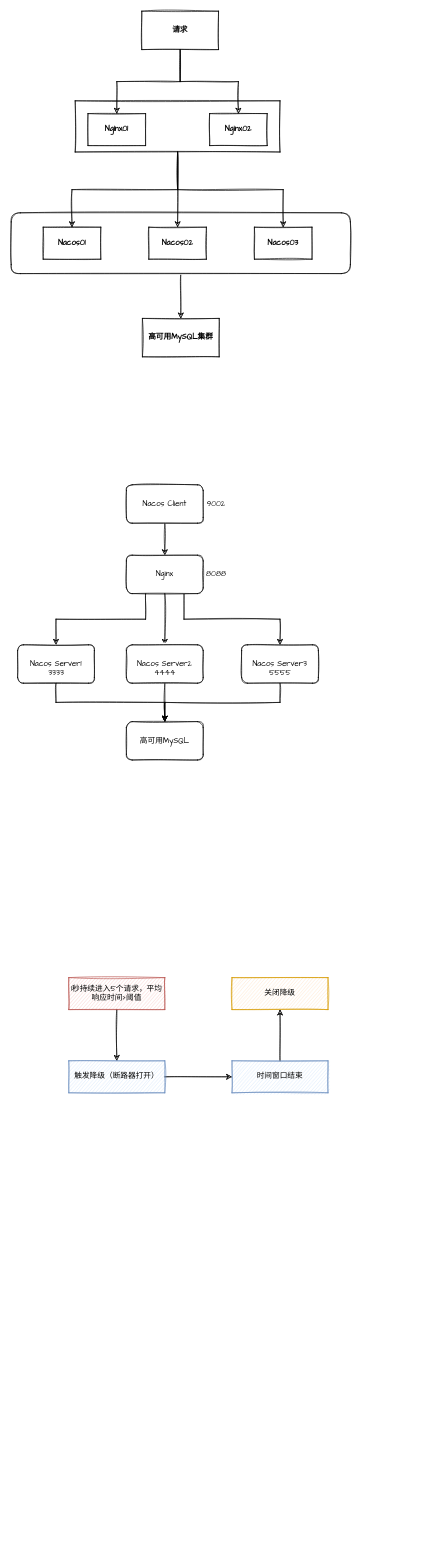
hzhiping/learn-cloud-alibaba keeps this draw.io diagram as cloudalibaba.drawio. Above is the earlier version. Source tidied: cells renumbered, new cells numbered last; positions are measured from the earlier drawing's top-left corner, leaving out a move shared by most shapes. Both pictures are drawn from the tidied source at 64%, with x=0, y=0 at pixel (11, 11).
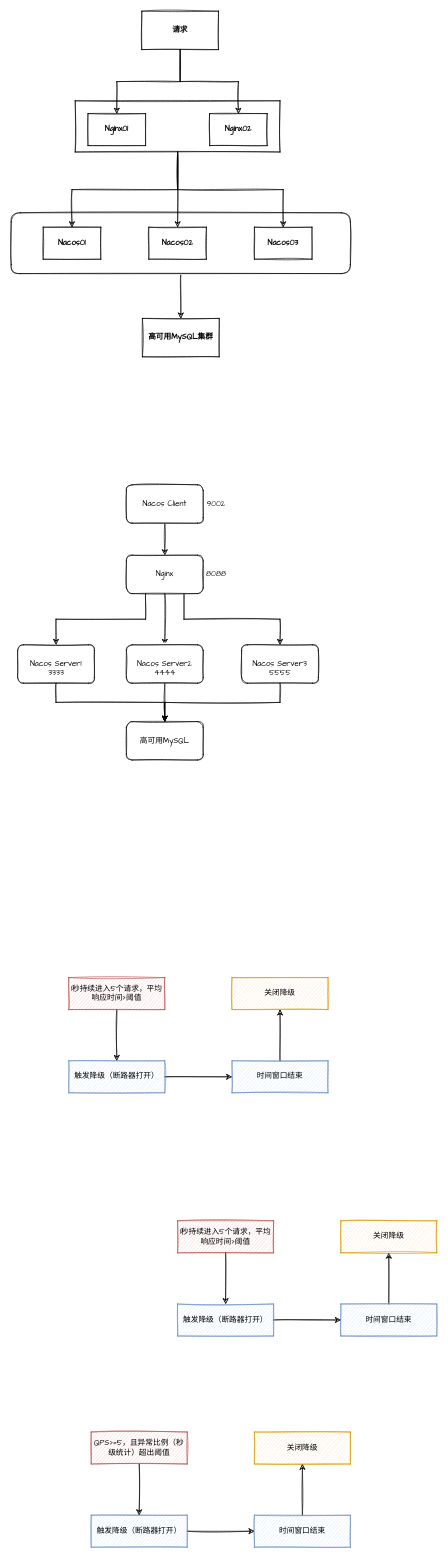
The same diagram, later.

Commit message (it also covers changes not shown here):
feature:添加热点key限流代码

The edit, as a diff of the source:
```diff
@@
+    <mxCell id="42" style="edgeStyle=orthogonalEdgeStyle;curved=0;rounded=1;sketch=1;jettySize=auto;html=1;exitX=0.5;exitY=1;exitDx=0;exitDy=0;entryX=0.5;entryY=0;entryDx=0;entryDy=0;fontFamily=Comic Sans MS;" parent="1" edge="1" source="43" target="45">
+      <mxGeometry relative="1" as="geometry" />
+    </mxCell>
+    <mxCell id="43" value="&lt;div&gt;&lt;span&gt;1秒持续进入5个请求，平均响应时间&amp;gt;阈值&lt;/span&gt;&lt;/div&gt;" style="rounded=0;whiteSpace=wrap;html=1;sketch=1;align=center;fillColor=#f8cecc;strokeColor=#b85450;fontFamily=Comic Sans MS;" parent="1" vertex="1">
+      <mxGeometry x="260" y="1890" width="150" height="50" as="geometry" />
+    </mxCell>
+    <mxCell id="44" style="edgeStyle=orthogonalEdgeStyle;curved=0;rounded=1;sketch=1;jettySize=auto;html=1;exitX=1;exitY=0.5;exitDx=0;exitDy=0;entryX=0;entryY=0.5;entryDx=0;entryDy=0;fontFamily=Comic Sans MS;" parent="1" edge="1" source="45" target="47">
+      <mxGeometry relative="1" as="geometry" />
+    </mxCell>
+    <mxCell id="45" value="触发降级（断路器打开）" style="rounded=0;whiteSpace=wrap;html=1;sketch=1;align=center;fillColor=#dae8fc;strokeColor=#6c8ebf;fontFamily=Comic Sans MS;" parent="1" vertex="1">
+      <mxGeometry x="260" y="2020" width="150" height="50" as="geometry" />
+    </mxCell>
+    <mxCell id="46" style="edgeStyle=orthogonalEdgeStyle;curved=0;rounded=1;sketch=1;jettySize=auto;html=1;exitX=0.5;exitY=0;exitDx=0;exitDy=0;entryX=0.5;entryY=1;entryDx=0;entryDy=0;fontFamily=Comic Sans MS;" parent="1" edge="1" source="47" target="48">
+      <mxGeometry relative="1" as="geometry" />
+    </mxCell>
+    <mxCell id="47" value="时间窗口结束" style="rounded=0;whiteSpace=wrap;html=1;sketch=1;align=center;fillColor=#dae8fc;strokeColor=#6c8ebf;fontFamily=Comic Sans MS;" parent="1" vertex="1">
+      <mxGeometry x="515" y="2020" width="150" height="50" as="geometry" />
+    </mxCell>
+    <mxCell id="48" value="关闭降级" style="rounded=0;whiteSpace=wrap;html=1;sketch=1;align=center;fillColor=#ffe6cc;strokeColor=#d79b00;fontFamily=Comic Sans MS;" parent="1" vertex="1">
+      <mxGeometry x="515" y="1890" width="150" height="50" as="geometry" />
+    </mxCell>
+    <mxCell id="49" style="edgeStyle=orthogonalEdgeStyle;curved=0;rounded=1;sketch=1;jettySize=auto;html=1;exitX=0.5;exitY=1;exitDx=0;exitDy=0;entryX=0.5;entryY=0;entryDx=0;entryDy=0;fontFamily=Comic Sans MS;" parent="1" edge="1" source="50" target="52">
+      <mxGeometry relative="1" as="geometry" />
+    </mxCell>
+    <mxCell id="50" value="&lt;div&gt;&lt;span&gt;QPS&amp;gt;=5，且异常比例（秒级统计）超出阈值&lt;/span&gt;&lt;/div&gt;" style="rounded=0;whiteSpace=wrap;html=1;sketch=1;align=center;fillColor=#f8cecc;strokeColor=#b85450;fontFamily=Comic Sans MS;" parent="1" vertex="1">
+      <mxGeometry x="125" y="2220" width="150" height="50" as="geometry" />
+    </mxCell>
+    <mxCell id="51" style="edgeStyle=orthogonalEdgeStyle;curved=0;rounded=1;sketch=1;jettySize=auto;html=1;exitX=1;exitY=0.5;exitDx=0;exitDy=0;entryX=0;entryY=0.5;entryDx=0;entryDy=0;fontFamily=Comic Sans MS;" parent="1" edge="1" source="52" target="54">
+      <mxGeometry relative="1" as="geometry" />
+    </mxCell>
+    <mxCell id="52" value="触发降级（断路器打开）" style="rounded=0;whiteSpace=wrap;html=1;sketch=1;align=center;fillColor=#dae8fc;strokeColor=#6c8ebf;fontFamily=Comic Sans MS;" parent="1" vertex="1">
+      <mxGeometry x="125" y="2350" width="150" height="50" as="geometry" />
+    </mxCell>
+    <mxCell id="53" style="edgeStyle=orthogonalEdgeStyle;curved=0;rounded=1;sketch=1;jettySize=auto;html=1;exitX=0.5;exitY=0;exitDx=0;exitDy=0;entryX=0.5;entryY=1;entryDx=0;entryDy=0;fontFamily=Comic Sans MS;" parent="1" edge="1" source="54" target="55">
+      <mxGeometry relative="1" as="geometry" />
+    </mxCell>
+    <mxCell id="54" value="时间窗口结束" style="rounded=0;whiteSpace=wrap;html=1;sketch=1;align=center;fillColor=#dae8fc;strokeColor=#6c8ebf;fontFamily=Comic Sans MS;" parent="1" vertex="1">
+      <mxGeometry x="380" y="2350" width="150" height="50" as="geometry" />
+    </mxCell>
+    <mxCell id="55" value="关闭降级" style="rounded=0;whiteSpace=wrap;html=1;sketch=1;align=center;fillColor=#ffe6cc;strokeColor=#d79b00;fontFamily=Comic Sans MS;" parent="1" vertex="1">
+      <mxGeometry x="380" y="2220" width="150" height="50" as="geometry" />
+    </mxCell>
```
